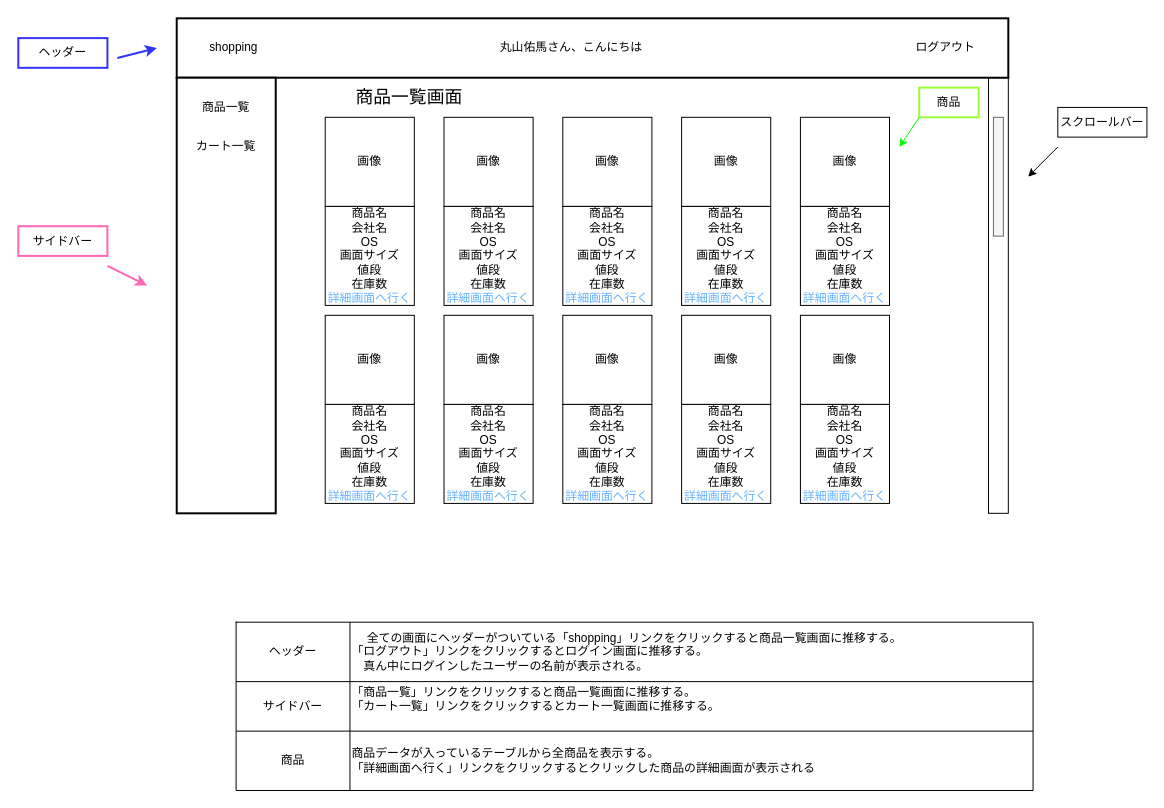
The draw.io diagram page "商品一覧画面" (3 of 33) of src/main/resources/templates/shopping/Untitled Diagram.drawio in YumaMaruyama/ITworksTRYshopping, before the edit. Source tidied: cells renumbered, new cells numbered last; positions are measured from the earlier drawing's top-left corner, leaving out a move shared by most shapes. Both pictures are drawn from the tidied source at 99%, with x=0, y=0 at pixel (18, 18).
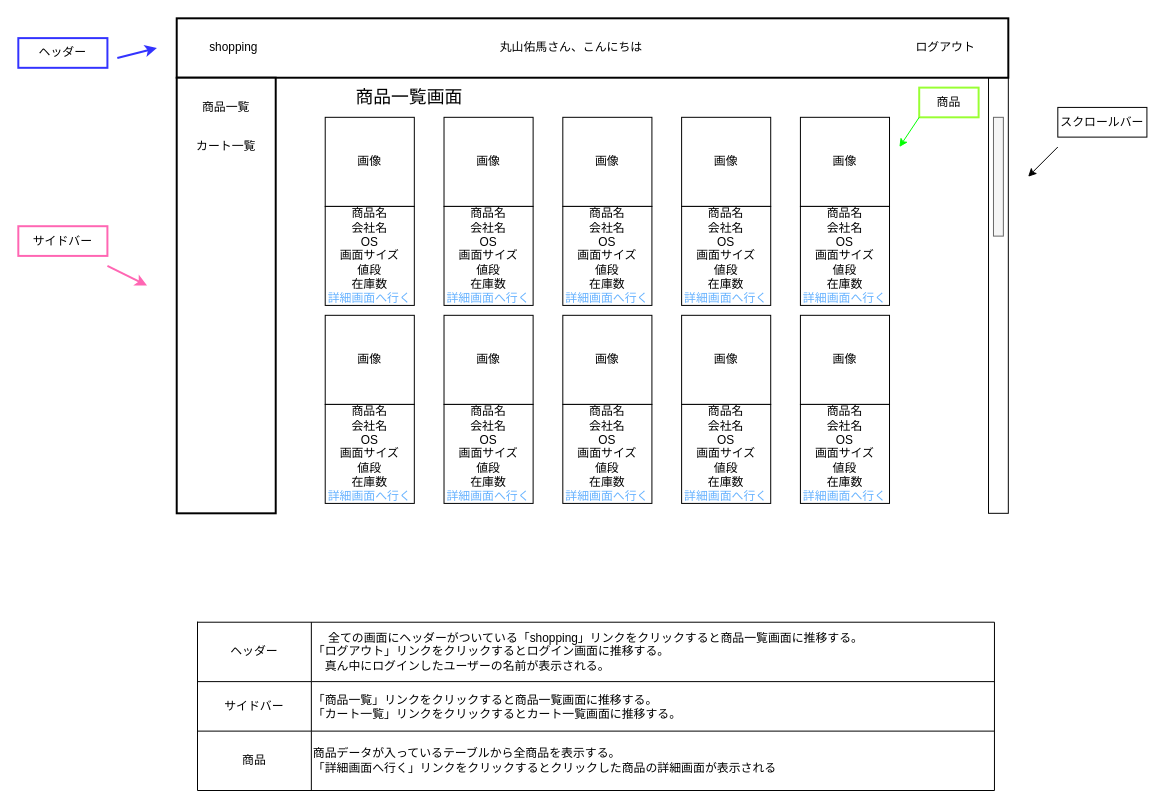
The same page after the edit.

The change refers to these unchanged cells:
```xml
<mxCell id="41" style="shape=partialRectangle;fillColor=none;top=0;left=0;bottom=0;right=0;hachureGap=4;" parent="37" vertex="1">
  <mxGeometry y="60" width="805" height="50" as="geometry" />
</mxCell>
```

The edit, as a diff of the source:
```diff
@@
     <mxCell id="37" style="shape=table;startSize=0;childLayout=tableLayout;hachureGap=4;" parent="1" vertex="1">
-      <mxGeometry x="220" y="610" width="805" height="170" as="geometry" />
+      <mxGeometry x="181" y="610" width="805" height="170" as="geometry" />
     </mxCell>
@@
-    <mxCell id="43" value="&lt;span&gt;「商品一覧&lt;/span&gt;&lt;span&gt;」リンクをクリックすると商品一覧画面に推移する。&lt;/span&gt;&lt;br&gt;&lt;div&gt;&lt;span&gt;「カート一覧」リンクをクリックするとカート一覧画面に推移する。&lt;/span&gt;&lt;/div&gt;&lt;span&gt;　　　　　　　　　　　　　　　　　　　　&lt;/span&gt;" style="shape=partialRectangle;html=1;whiteSpace=wrap;overflow=hidden;fillColor=none;top=0;left=0;bottom=0;right=0;hachureGap=4;align=left;" parent="41" vertex="1">
+    <mxCell id="43" value="&lt;span&gt;「商品一覧&lt;/span&gt;&lt;span&gt;」リンクをクリックすると商品一覧画面に推移する。&lt;/span&gt;&lt;br&gt;&lt;div&gt;&lt;span&gt;「カート一覧」リンクをクリックするとカート一覧画面に推移する。&lt;/span&gt;&lt;/div&gt;&lt;span&gt;　　　　　　　　　　　　　　　　　　　　&lt;/span&gt;" style="shape=partialRectangle;html=1;whiteSpace=wrap;overflow=hidden;fillColor=none;top=0;left=0;bottom=0;right=0;hachureGap=4;align=left;verticalAlign=bottom;spacingTop=10;" parent="41" vertex="1">
       <mxGeometry x="115" width="690" height="50" as="geometry" />
     </mxCell>
```
